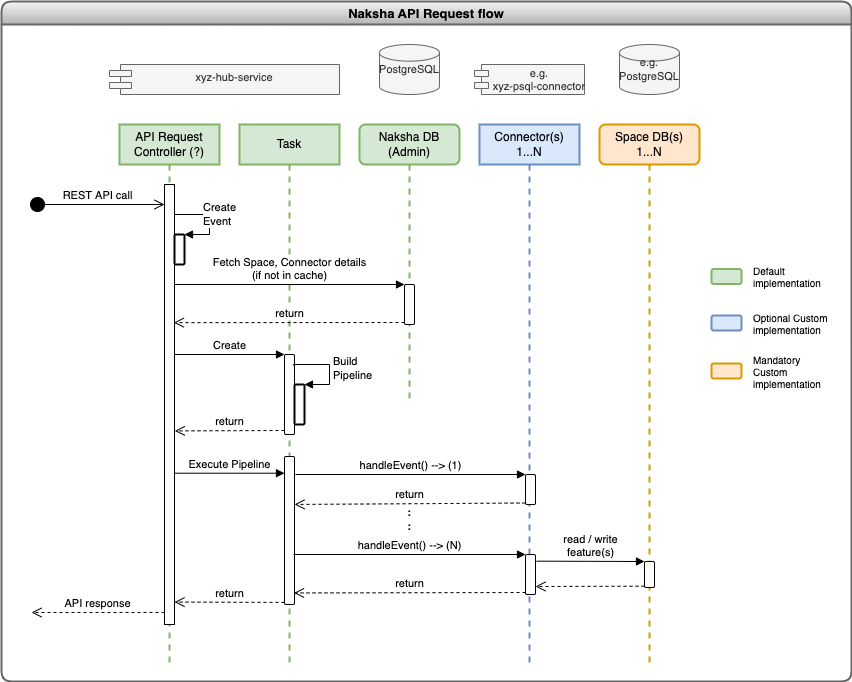
Before: docs/diagrams/api_request_flow.png, a diagram exported from draw.io (heremaps/xyz-hub). Source tidied: cells renumbered, new cells last; positions are measured from the earlier drawing's top-left corner, leaving out a move shared by most shapes.
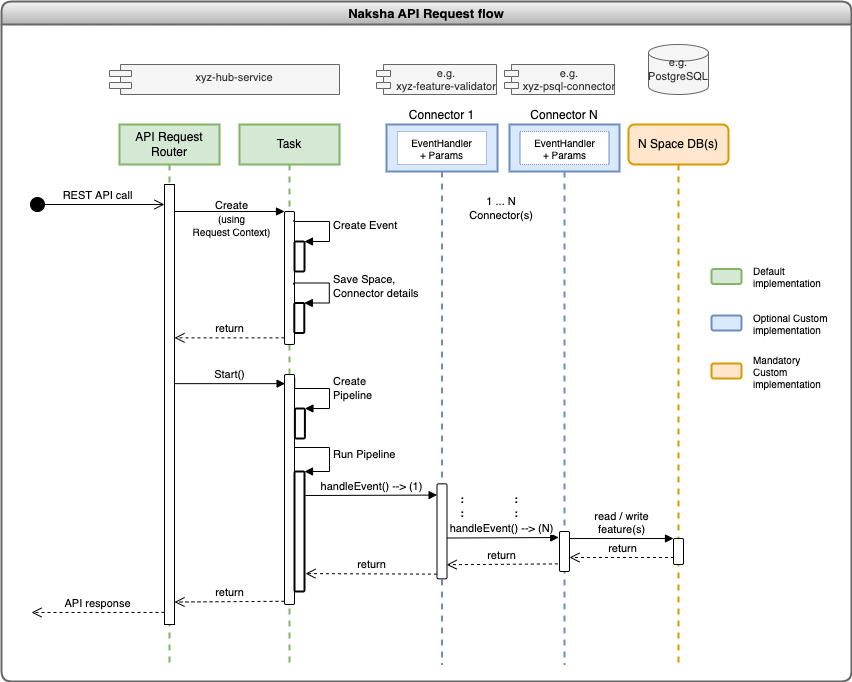
The same file after the commit.

Commit message:
Updated API request flow diagram and added API_FLOW.md

The edit, as a diff of the source:
```diff
@@ -2,24 +2,12 @@
   <root>
     <mxCell id="0" />
     <mxCell id="1" parent="0" />
-    <mxCell id="2" value="API Request Controller (?)" style="shape=umlLifeline;perimeter=lifelinePerimeter;whiteSpace=wrap;html=1;fillColor=#d5e8d4;strokeColor=#82b366;strokeWidth=2;" parent="1" vertex="1">
+    <mxCell id="2" value="API Request Router" style="shape=umlLifeline;perimeter=lifelinePerimeter;whiteSpace=wrap;html=1;fillColor=#d5e8d4;strokeColor=#82b366;strokeWidth=2;" parent="1" vertex="1">
       <mxGeometry x="118" y="123" width="100" height="540" as="geometry" />
     </mxCell>
     <mxCell id="3" style="html=1;points=[];perimeter=orthogonalPerimeter;" parent="2" vertex="1">
       <mxGeometry x="45" y="60" width="10" height="440" as="geometry" />
     </mxCell>
-    <mxCell id="4" style="html=1;points=[];perimeter=orthogonalPerimeter;rounded=1;shadow=0;sketch=0;strokeColor=#000000;strokeWidth=2;" parent="2" vertex="1">
-      <mxGeometry x="55" y="110" width="10" height="30" as="geometry" />
-    </mxCell>
-    <mxCell id="5" value="Create&lt;br&gt;Event" style="edgeStyle=orthogonalEdgeStyle;html=1;align=left;spacingLeft=2;endArrow=block;rounded=0;entryX=1;entryY=0;exitX=1;exitY=0.291;exitDx=0;exitDy=0;exitPerimeter=0;" parent="2" edge="1" source="3" target="4">
-      <mxGeometry x="0.38" relative="1" as="geometry">
-        <Array as="points">
-          <mxPoint x="55" y="90" />
-          <mxPoint x="90" y="90" />
-          <mxPoint x="90" y="110" />
-        </Array>
-      </mxGeometry>
-    </mxCell>
     <mxCell id="6" value="API response" style="html=1;verticalAlign=bottom;endArrow=open;dashed=1;endSize=8;exitX=0;exitY=0.986;rounded=0;fontSize=11;exitDx=0;exitDy=0;exitPerimeter=0;" parent="2" edge="1">
       <mxGeometry relative="1" as="geometry">
         <mxPoint x="45" y="487.9" as="sourcePoint" />
@@ -30,49 +18,26 @@
       <mxGeometry x="238" y="123" width="100" height="540" as="geometry" />
     </mxCell>
     <mxCell id="8" style="html=1;points=[];perimeter=orthogonalPerimeter;rounded=1;shadow=0;sketch=0;fontSize=11;strokeColor=#000000;strokeWidth=1;" parent="7" vertex="1">
-      <mxGeometry x="45" y="230" width="10" height="80" as="geometry" />
+      <mxGeometry x="45" y="87" width="10" height="133" as="geometry" />
     </mxCell>
     <mxCell id="9" style="html=1;points=[];perimeter=orthogonalPerimeter;rounded=1;shadow=0;sketch=0;fontSize=11;strokeColor=#000000;strokeWidth=2;" parent="7" vertex="1">
-      <mxGeometry x="55" y="260" width="10" height="40" as="geometry" />
+      <mxGeometry x="55" y="117" width="10" height="30" as="geometry" />
     </mxCell>
-    <mxCell id="10" value="Build&lt;br&gt;Pipeline" style="edgeStyle=orthogonalEdgeStyle;html=1;align=left;spacingLeft=2;endArrow=block;rounded=0;entryX=1;entryY=0;fontSize=11;exitX=0.9;exitY=0.138;exitDx=0;exitDy=0;exitPerimeter=0;" parent="7" edge="1" source="8" target="9">
+    <mxCell id="10" value="Create Event&amp;nbsp;" style="edgeStyle=orthogonalEdgeStyle;html=1;align=left;spacingLeft=2;endArrow=block;rounded=0;entryX=1;entryY=0;fontSize=11;exitX=0.94;exitY=0.067;exitDx=0;exitDy=0;exitPerimeter=0;" parent="7" edge="1" source="8" target="9">
       <mxGeometry relative="1" as="geometry">
         <Array as="points">
-          <mxPoint x="54" y="240" />
-          <mxPoint x="90" y="240" />
-          <mxPoint x="90" y="260" />
+          <mxPoint x="54" y="97" />
+          <mxPoint x="90" y="97" />
+          <mxPoint x="90" y="117" />
         </Array>
       </mxGeometry>
     </mxCell>
     <mxCell id="11" style="html=1;points=[];perimeter=orthogonalPerimeter;rounded=1;shadow=0;sketch=0;fontSize=11;strokeColor=#000000;strokeWidth=1;" parent="7" vertex="1">
-      <mxGeometry x="45" y="332" width="10" height="148" as="geometry" />
+      <mxGeometry x="45" y="250" width="10" height="230" as="geometry" />
     </mxCell>
-    <mxCell id="12" value="Naksha DB&lt;br&gt;(Admin)" style="shape=umlLifeline;perimeter=lifelinePerimeter;whiteSpace=wrap;html=1;rounded=1;sketch=0;shadow=0;fillColor=#d5e8d4;strokeColor=#82b366;strokeWidth=2;" parent="1" vertex="1">
-      <mxGeometry x="358" y="123" width="100" height="280" as="geometry" />
-    </mxCell>
-    <mxCell id="13" style="html=1;points=[];perimeter=orthogonalPerimeter;rounded=1;shadow=0;sketch=0;fontSize=11;strokeColor=#000000;strokeWidth=1;" parent="12" vertex="1">
-      <mxGeometry x="45" y="160" width="10" height="40" as="geometry" />
-    </mxCell>
-    <mxCell id="14" value="Connector(s) 1...N" style="shape=umlLifeline;perimeter=lifelinePerimeter;whiteSpace=wrap;html=1;fillColor=#dae8fc;strokeColor=#6c8ebf;strokeWidth=2;" parent="1" vertex="1">
-      <mxGeometry x="478" y="123" width="100" height="540" as="geometry" />
-    </mxCell>
-    <mxCell id="15" style="html=1;points=[];perimeter=orthogonalPerimeter;rounded=1;shadow=0;sketch=0;fontSize=11;strokeColor=#000000;strokeWidth=1;" parent="14" vertex="1">
-      <mxGeometry x="46" y="350" width="10" height="30" as="geometry" />
-    </mxCell>
-    <mxCell id="16" value="handleEvent() --&amp;gt; (1)" style="html=1;verticalAlign=bottom;endArrow=block;entryX=0;entryY=0;rounded=0;fontSize=11;exitX=1;exitY=0.303;exitDx=0;exitDy=0;exitPerimeter=0;" parent="14" edge="1" target="15">
-      <mxGeometry relative="1" as="geometry">
-        <mxPoint x="-184" y="350" as="sourcePoint" />
-      </mxGeometry>
-    </mxCell>
-    <mxCell id="17" style="html=1;points=[];perimeter=orthogonalPerimeter;rounded=1;shadow=0;sketch=0;fontSize=11;strokeColor=#000000;strokeWidth=1;" parent="14" vertex="1">
-      <mxGeometry x="46" y="430" width="10" height="40" as="geometry" />
-    </mxCell>
-    <mxCell id="18" value="Space DB(s)&lt;br&gt;1...N" style="shape=umlLifeline;perimeter=lifelinePerimeter;whiteSpace=wrap;html=1;fillColor=#ffe6cc;strokeColor=#d79b00;strokeWidth=2;rounded=1;" parent="1" vertex="1">
-      <mxGeometry x="598" y="123" width="100" height="540" as="geometry" />
+    <mxCell id="18" value="N Space DB(s)" style="shape=umlLifeline;perimeter=lifelinePerimeter;whiteSpace=wrap;html=1;fillColor=#ffe6cc;strokeColor=#d79b00;strokeWidth=2;rounded=1;" parent="1" vertex="1">
+      <mxGeometry x="627" y="123" width="100" height="540" as="geometry" />
     </mxCell>
-    <mxCell id="19" style="html=1;points=[];perimeter=orthogonalPerimeter;rounded=1;shadow=0;sketch=0;fontSize=11;strokeColor=#000000;strokeWidth=1;" parent="18" vertex="1">
-      <mxGeometry x="45" y="437" width="10" height="26" as="geometry" />
-    </mxCell>
     <mxCell id="20" value="REST API call" style="html=1;verticalAlign=bottom;startArrow=circle;startFill=1;endArrow=open;startSize=6;endSize=8;rounded=0;fontSize=11;" parent="1" edge="1" target="3">
       <mxGeometry relative="1" as="geometry">
         <mxPoint x="28" y="203" as="sourcePoint" />
@@ -81,50 +46,15 @@
     <mxCell id="21" value="xyz-hub-service" style="shape=module;align=left;spacingLeft=20;align=center;verticalAlign=top;rounded=1;shadow=0;sketch=0;fontSize=11;strokeColor=#666666;strokeWidth=1;jettyWidth=22;jettyHeight=6;fillColor=#f5f5f5;fontColor=#333333;" parent="1" vertex="1">
       <mxGeometry x="108" y="63" width="230" height="30" as="geometry" />
     </mxCell>
-    <mxCell id="22" value="PostgreSQL" style="strokeWidth=1;html=1;shape=mxgraph.flowchart.database;whiteSpace=wrap;rounded=1;shadow=0;sketch=0;fontSize=11;fillColor=#f5f5f5;fontColor=#333333;strokeColor=#666666;" parent="1" vertex="1">
-      <mxGeometry x="378" y="43" width="60" height="50" as="geometry" />
-    </mxCell>
-    <mxCell id="23" value="e.g. PostgreSQL" style="strokeWidth=1;html=1;shape=mxgraph.flowchart.database;whiteSpace=wrap;rounded=1;shadow=0;sketch=0;fontSize=11;fillColor=#f5f5f5;fontColor=#333333;strokeColor=#666666;" parent="1" vertex="1">
-      <mxGeometry x="618" y="43" width="60" height="50" as="geometry" />
-    </mxCell>
-    <mxCell id="24" value="e.g.&#10;xyz-psql-connector" style="shape=module;align=center;spacingLeft=20;align=center;verticalAlign=middle;rounded=1;shadow=0;sketch=0;fontSize=11;strokeColor=#666666;strokeWidth=1;jettyWidth=14;jettyHeight=6;fillColor=#f5f5f5;fontColor=#333333;labelPosition=center;verticalLabelPosition=middle;" parent="1" vertex="1">
-      <mxGeometry x="473" y="63" width="110" height="30" as="geometry" />
-    </mxCell>
-    <mxCell id="25" value="Create" style="html=1;verticalAlign=bottom;endArrow=block;entryX=0;entryY=0;rounded=0;fontSize=11;" parent="1" edge="1" target="8">
-      <mxGeometry relative="1" as="geometry">
-        <mxPoint x="173" y="353" as="sourcePoint" />
-      </mxGeometry>
-    </mxCell>
-    <mxCell id="26" value="return" style="html=1;verticalAlign=bottom;endArrow=open;dashed=1;endSize=8;exitX=0;exitY=0.95;rounded=0;fontSize=11;entryX=1.033;entryY=0.56;entryDx=0;entryDy=0;entryPerimeter=0;" parent="1" edge="1" source="8" target="3">
+    <mxCell id="26" value="return" style="html=1;verticalAlign=bottom;endArrow=open;dashed=1;endSize=8;exitX=0;exitY=0.95;rounded=0;fontSize=11;" parent="1" edge="1" source="8" target="3">
       <mxGeometry relative="1" as="geometry" />
     </mxCell>
-    <mxCell id="27" value="Fetch Space, Connector details&lt;br&gt;(if not in cache)" style="html=1;verticalAlign=bottom;endArrow=block;entryX=0;entryY=0;rounded=0;fontSize=11;" parent="1" edge="1" source="3" target="13">
-      <mxGeometry relative="1" as="geometry" />
-    </mxCell>
-    <mxCell id="28" value="return" style="html=1;verticalAlign=bottom;endArrow=open;dashed=1;endSize=8;exitX=0;exitY=0.95;rounded=0;fontSize=11;entryX=0.933;entryY=0.314;entryDx=0;entryDy=0;entryPerimeter=0;" parent="1" edge="1" source="13" target="3">
-      <mxGeometry relative="1" as="geometry" />
-    </mxCell>
-    <mxCell id="29" value="Execute Pipeline" style="html=1;verticalAlign=bottom;endArrow=block;rounded=0;fontSize=11;entryX=0;entryY=0.113;entryDx=0;entryDy=0;entryPerimeter=0;exitX=0.95;exitY=0.655;exitDx=0;exitDy=0;exitPerimeter=0;" parent="1" edge="1" source="3" target="11">
-      <mxGeometry relative="1" as="geometry" />
+    <mxCell id="29" value="Start()" style="html=1;verticalAlign=bottom;endArrow=block;rounded=0;fontSize=11;entryX=0.06;entryY=0.037;entryDx=0;entryDy=0;entryPerimeter=0;" parent="1" edge="1">
+      <mxGeometry relative="1" as="geometry">
+        <mxPoint x="173" y="382.1" as="sourcePoint" />
+        <mxPoint x="283.6" y="382.1" as="targetPoint" />
+      </mxGeometry>
     </mxCell>
-    <mxCell id="30" value="return" style="html=1;verticalAlign=bottom;endArrow=open;dashed=1;endSize=8;exitX=0;exitY=0.95;rounded=0;fontSize=11;entryX=1;entryY=0.324;entryDx=0;entryDy=0;entryPerimeter=0;" parent="1" edge="1" source="15" target="11">
-      <mxGeometry relative="1" as="geometry" />
-    </mxCell>
-    <mxCell id="31" value="return" style="html=1;verticalAlign=bottom;endArrow=open;dashed=1;endSize=8;exitX=0;exitY=0.95;rounded=0;fontSize=11;entryX=0.95;entryY=0.922;entryDx=0;entryDy=0;entryPerimeter=0;" parent="1" edge="1" source="17" target="11">
-      <mxGeometry relative="1" as="geometry" />
-    </mxCell>
-    <mxCell id="32" value="handleEvent() --&amp;gt; (N)" style="html=1;verticalAlign=bottom;endArrow=block;entryX=0;entryY=0;rounded=0;fontSize=11;exitX=0.9;exitY=0.662;exitDx=0;exitDy=0;exitPerimeter=0;" parent="1" edge="1" source="11" target="17">
-      <mxGeometry relative="1" as="geometry" />
-    </mxCell>
-    <mxCell id="33" value=":&lt;br style=&quot;font-size: 11px;&quot;&gt;:" style="text;html=1;strokeColor=none;fillColor=none;align=center;verticalAlign=middle;whiteSpace=wrap;rounded=0;shadow=0;sketch=0;fontSize=11;fontStyle=1;" parent="1" vertex="1">
-      <mxGeometry x="378" y="503" width="60" height="30" as="geometry" />
-    </mxCell>
-    <mxCell id="34" style="html=1;verticalAlign=bottom;endArrow=open;dashed=1;endSize=8;exitX=0;exitY=0.95;rounded=0;fontSize=11;entryX=1;entryY=0.8;entryDx=0;entryDy=0;entryPerimeter=0;" parent="1" edge="1" source="19" target="17">
-      <mxGeometry relative="1" as="geometry" />
-    </mxCell>
-    <mxCell id="35" value="read / write&lt;br&gt;feature(s)" style="html=1;verticalAlign=bottom;endArrow=block;entryX=0;entryY=0;rounded=0;fontSize=11;exitX=1.1;exitY=0.166;exitDx=0;exitDy=0;exitPerimeter=0;" parent="1" edge="1" source="17" target="19">
-      <mxGeometry relative="1" as="geometry" />
-    </mxCell>
     <mxCell id="36" value="return" style="html=1;verticalAlign=bottom;endArrow=open;dashed=1;endSize=8;exitX=0;exitY=0.986;rounded=0;fontSize=11;exitDx=0;exitDy=0;exitPerimeter=0;entryX=1;entryY=0.949;entryDx=0;entryDy=0;entryPerimeter=0;" parent="1" edge="1" source="11" target="3">
       <mxGeometry relative="1" as="geometry" />
     </mxCell>
@@ -149,5 +79,104 @@
     <mxCell id="43" value="Mandatory Custom implementation" style="text;html=1;strokeColor=none;fillColor=none;align=left;verticalAlign=middle;whiteSpace=wrap;rounded=0;shadow=0;sketch=0;fontSize=10;" parent="37" vertex="1">
       <mxGeometry x="750" y="354.5" width="80" height="30" as="geometry" />
     </mxCell>
+    <mxCell id="44" style="html=1;points=[];perimeter=orthogonalPerimeter;rounded=1;shadow=0;sketch=0;fontSize=11;strokeColor=#000000;strokeWidth=2;" parent="37" vertex="1">
+      <mxGeometry x="292.8" y="301.5" width="10" height="30" as="geometry" />
+    </mxCell>
+    <mxCell id="45" value="Save Space,&lt;br&gt;Connector details" style="edgeStyle=orthogonalEdgeStyle;html=1;align=left;spacingLeft=2;endArrow=block;rounded=0;entryX=1;entryY=0;fontSize=11;exitX=0.94;exitY=0.067;exitDx=0;exitDy=0;exitPerimeter=0;" parent="37" edge="1" target="44">
+      <mxGeometry relative="1" as="geometry">
+        <mxPoint x="292.2" y="283.1" as="sourcePoint" />
+        <Array as="points">
+          <mxPoint x="291.8" y="281.5" />
+          <mxPoint x="327.8" y="281.5" />
+          <mxPoint x="327.8" y="301.5" />
+        </Array>
+      </mxGeometry>
+    </mxCell>
+    <mxCell id="46" style="html=1;points=[];perimeter=orthogonalPerimeter;rounded=1;shadow=0;sketch=0;fontSize=11;strokeColor=#000000;strokeWidth=2;" parent="37" vertex="1">
+      <mxGeometry x="293.4" y="407" width="10" height="30" as="geometry" />
+    </mxCell>
+    <mxCell id="47" style="html=1;points=[];perimeter=orthogonalPerimeter;rounded=1;shadow=0;sketch=0;fontSize=11;strokeColor=#000000;strokeWidth=2;" parent="37" vertex="1">
+      <mxGeometry x="293" y="470" width="10" height="120" as="geometry" />
+    </mxCell>
+    <mxCell id="48" value="Run Pipeline&amp;nbsp;" style="edgeStyle=orthogonalEdgeStyle;html=1;align=left;spacingLeft=2;endArrow=block;rounded=0;entryX=1;entryY=0;fontSize=11;exitX=1.02;exitY=0.033;exitDx=0;exitDy=0;exitPerimeter=0;" parent="37" edge="1" target="47">
+      <mxGeometry relative="1" as="geometry">
+        <mxPoint x="292.8" y="446" as="sourcePoint" />
+        <Array as="points">
+          <mxPoint x="328" y="446" />
+          <mxPoint x="328" y="470" />
+        </Array>
+      </mxGeometry>
+    </mxCell>
+    <mxCell id="14" value="Connector 1" style="shape=umlLifeline;perimeter=lifelinePerimeter;whiteSpace=wrap;html=1;fillColor=#dae8fc;strokeColor=#6C8EBF;strokeWidth=2;size=47;labelPosition=center;verticalLabelPosition=top;align=center;verticalAlign=bottom;" parent="37" vertex="1">
+      <mxGeometry x="385" y="123" width="111" height="540" as="geometry" />
+    </mxCell>
+    <mxCell id="15" style="html=1;points=[];perimeter=orthogonalPerimeter;rounded=1;shadow=0;sketch=0;fontSize=11;strokeColor=#000000;strokeWidth=1;" parent="14" vertex="1">
+      <mxGeometry x="50.5" y="359.4" width="10" height="95" as="geometry" />
+    </mxCell>
+    <mxCell id="49" value="EventHandler&lt;br&gt;+ Params" style="rounded=0;whiteSpace=wrap;html=1;shadow=0;sketch=0;fontSize=10;strokeColor=#6C8EBF;strokeWidth=1;dashed=1;dashPattern=1 1;" parent="14" vertex="1">
+      <mxGeometry x="11" y="7" width="89" height="33" as="geometry" />
+    </mxCell>
+    <mxCell id="33" value=":&lt;br style=&quot;font-size: 11px;&quot;&gt;:" style="text;html=1;strokeColor=none;fillColor=none;align=center;verticalAlign=middle;whiteSpace=wrap;rounded=0;shadow=0;sketch=0;fontSize=11;fontStyle=1;" parent="14" vertex="1">
+      <mxGeometry x="60.5" y="367" width="29.5" height="30" as="geometry" />
+    </mxCell>
+    <mxCell id="24" value="e.g.&#10;xyz-feature-validator" style="shape=module;align=center;spacingLeft=20;align=center;verticalAlign=middle;rounded=1;shadow=0;sketch=0;fontSize=11;strokeColor=#666666;strokeWidth=1;jettyWidth=14;jettyHeight=6;fillColor=#f5f5f5;fontColor=#333333;labelPosition=center;verticalLabelPosition=middle;" parent="37" vertex="1">
+      <mxGeometry x="375" y="63" width="120" height="30" as="geometry" />
+    </mxCell>
+    <mxCell id="50" value="Connector N" style="shape=umlLifeline;perimeter=lifelinePerimeter;whiteSpace=wrap;html=1;fillColor=#dae8fc;strokeColor=#6c8ebf;strokeWidth=2;labelPosition=center;verticalLabelPosition=top;align=center;verticalAlign=bottom;size=47;" parent="37" vertex="1">
+      <mxGeometry x="508" y="123" width="110" height="540" as="geometry" />
+    </mxCell>
+    <mxCell id="51" style="html=1;points=[];perimeter=orthogonalPerimeter;rounded=1;shadow=0;sketch=0;fontSize=11;strokeColor=#000000;strokeWidth=1;" parent="50" vertex="1">
+      <mxGeometry x="50" y="407" width="10" height="40" as="geometry" />
+    </mxCell>
+    <mxCell id="52" value="EventHandler&lt;br&gt;+ Params" style="rounded=0;whiteSpace=wrap;html=1;shadow=0;sketch=0;fontSize=10;strokeColor=#6C8EBF;strokeWidth=1;dashed=1;dashPattern=1 1;" parent="50" vertex="1">
+      <mxGeometry x="10.5" y="7" width="89" height="33" as="geometry" />
+    </mxCell>
+    <mxCell id="53" value=":&lt;br style=&quot;font-size: 11px;&quot;&gt;:" style="text;html=1;strokeColor=none;fillColor=none;align=center;verticalAlign=middle;whiteSpace=wrap;rounded=0;shadow=0;sketch=0;fontSize=11;fontStyle=1;" parent="50" vertex="1">
+      <mxGeometry x="-8" y="367" width="29.5" height="30" as="geometry" />
+    </mxCell>
+    <mxCell id="54" value="e.g.&#10;xyz-psql-connector" style="shape=module;align=center;spacingLeft=20;align=center;verticalAlign=middle;rounded=1;shadow=0;sketch=0;fontSize=11;strokeColor=#666666;strokeWidth=1;jettyWidth=14;jettyHeight=6;fillColor=#f5f5f5;fontColor=#333333;labelPosition=center;verticalLabelPosition=middle;" parent="37" vertex="1">
+      <mxGeometry x="503" y="63" width="110" height="30" as="geometry" />
+    </mxCell>
+    <mxCell id="32" value="handleEvent() --&amp;gt; (1)" style="html=1;verticalAlign=bottom;endArrow=block;entryX=0.01;entryY=0.118;rounded=0;fontSize=11;entryDx=0;entryDy=0;entryPerimeter=0;exitX=1.1;exitY=0.2;exitDx=0;exitDy=0;exitPerimeter=0;" parent="37" edge="1" source="47" target="15">
+      <mxGeometry relative="1" as="geometry" />
+    </mxCell>
+    <mxCell id="55" value="handleEvent() --&amp;gt; (N)" style="html=1;verticalAlign=bottom;endArrow=block;entryX=-0.08;entryY=0.15;rounded=0;fontSize=11;entryDx=0;entryDy=0;entryPerimeter=0;exitX=1;exitY=0.57;exitDx=0;exitDy=0;exitPerimeter=0;" parent="37" edge="1" source="15" target="51">
+      <mxGeometry x="-0.02" relative="1" as="geometry" />
+    </mxCell>
+    <mxCell id="31" value="return" style="html=1;verticalAlign=bottom;endArrow=open;dashed=1;endSize=8;exitX=-0.16;exitY=0.81;rounded=0;fontSize=11;exitDx=0;exitDy=0;exitPerimeter=0;entryX=0.97;entryY=0.851;entryDx=0;entryDy=0;entryPerimeter=0;" parent="37" edge="1" source="51" target="15">
+      <mxGeometry relative="1" as="geometry" />
+    </mxCell>
+    <mxCell id="30" value="return" style="html=1;verticalAlign=bottom;endArrow=open;dashed=1;endSize=8;exitX=0;exitY=0.95;rounded=0;fontSize=11;entryX=1.1;entryY=0.851;entryDx=0;entryDy=0;entryPerimeter=0;" parent="37" edge="1" source="15" target="47">
+      <mxGeometry relative="1" as="geometry" />
+    </mxCell>
+    <mxCell id="19" style="html=1;points=[];perimeter=orthogonalPerimeter;rounded=1;shadow=0;sketch=0;fontSize=11;strokeColor=#000000;strokeWidth=1;" parent="37" vertex="1">
+      <mxGeometry x="672" y="537" width="10" height="26" as="geometry" />
+    </mxCell>
+    <mxCell id="35" value="read / write&lt;br&gt;feature(s)" style="html=1;verticalAlign=bottom;endArrow=block;entryX=0;entryY=0;rounded=0;fontSize=11;" parent="37" edge="1" source="51" target="19">
+      <mxGeometry relative="1" as="geometry" />
+    </mxCell>
+    <mxCell id="28" value="return" style="html=1;verticalAlign=bottom;endArrow=open;dashed=1;endSize=8;exitX=0.05;exitY=0.731;rounded=0;fontSize=11;exitDx=0;exitDy=0;exitPerimeter=0;" parent="37" edge="1" source="19" target="51">
+      <mxGeometry relative="1" as="geometry" />
+    </mxCell>
+    <mxCell id="56" value="1 ... N&lt;br&gt;Connector(s)" style="text;html=1;strokeColor=none;fillColor=none;align=center;verticalAlign=middle;whiteSpace=wrap;rounded=0;shadow=0;dashed=1;dashPattern=1 1;sketch=0;fontSize=11;fontStyle=0;" parent="37" vertex="1">
+      <mxGeometry x="470" y="197" width="60" height="20" as="geometry" />
+    </mxCell>
+    <mxCell id="23" value="e.g. PostgreSQL" style="strokeWidth=1;html=1;shape=mxgraph.flowchart.database;whiteSpace=wrap;rounded=1;shadow=0;sketch=0;fontSize=11;fillColor=#f5f5f5;fontColor=#333333;strokeColor=#666666;" parent="37" vertex="1">
+      <mxGeometry x="647" y="43" width="60" height="50" as="geometry" />
+    </mxCell>
+    <mxCell id="57" value="Create&lt;br&gt;Pipeline&amp;nbsp;" style="edgeStyle=orthogonalEdgeStyle;html=1;align=left;spacingLeft=2;endArrow=block;rounded=0;entryX=1;entryY=0;fontSize=11;exitX=1.02;exitY=0.033;exitDx=0;exitDy=0;exitPerimeter=0;" parent="1" edge="1" target="46">
+      <mxGeometry relative="1" as="geometry">
+        <mxPoint x="293.2" y="377.3" as="sourcePoint" />
+        <Array as="points">
+          <mxPoint x="328" y="387" />
+          <mxPoint x="328" y="407" />
+        </Array>
+      </mxGeometry>
+    </mxCell>
+    <mxCell id="25" value="Create&lt;br&gt;&lt;font style=&quot;font-size: 10px&quot;&gt;(using&lt;br&gt;Request Context)&lt;/font&gt;" style="html=1;verticalAlign=bottom;endArrow=block;entryX=0;entryY=0;rounded=0;fontSize=11;labelBackgroundColor=none;" parent="1" edge="1" target="8">
+      <mxGeometry x="0.04" y="-30" relative="1" as="geometry">
+        <mxPoint x="173" y="210" as="sourcePoint" />
+      </mxGeometry>
+    </mxCell>
   </root>
 </mxGraphModel>
```
